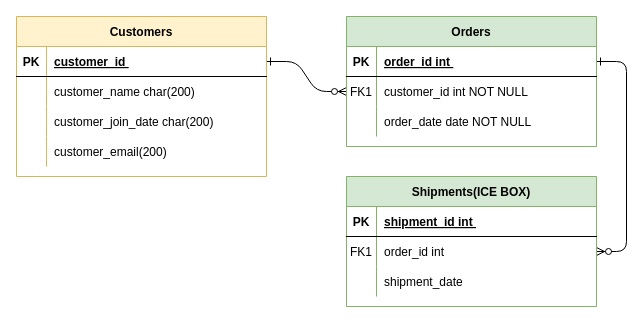
Before: wireframe/ERD.drawio in OhziiiLov3/zootywater, a draw.io diagram. Source tidied: cells renumbered, new cells numbered last; positions are measured from the earlier drawing's top-left corner, leaving out a move shared by most shapes. Both pictures are drawn from the tidied source at 100%, with x=0, y=0 at pixel (16, 16).
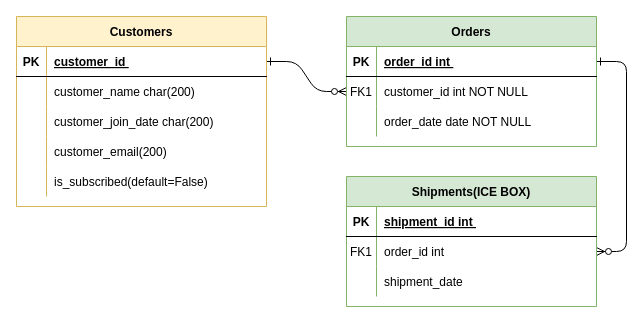
The same page after the edit.

Change to the diagram source:
```diff
@@
     <mxCell id="24" value="Customers" style="shape=table;startSize=30;childLayout=tableLayout;rowLines=0;fontStyle=1;align=center;fillColor=#fff2cc;strokeColor=#d6b656;" parent="1" vertex="1">
-      <mxGeometry width="250" height="160" as="geometry" />
+      <mxGeometry width="250" height="190" as="geometry" />
     </mxCell>
@@
+    <mxCell id="37" style="shape=partialRectangle;fillColor=none;top=0;left=0;right=0;bottom=0;" parent="24" vertex="1">
+      <mxGeometry y="150" width="250" height="30" as="geometry" />
+    </mxCell>
+    <mxCell id="38" style="shape=partialRectangle;overflow=hidden;fillColor=none;top=0;left=0;bottom=0;right=0;" parent="37" vertex="1">
+      <mxGeometry width="30" height="30" as="geometry" />
+    </mxCell>
+    <mxCell id="39" value="is_subscribed(default=False)" style="shape=partialRectangle;overflow=hidden;fillColor=none;top=0;left=0;bottom=0;right=0;align=left;spacingLeft=6;" parent="37" vertex="1">
+      <mxGeometry x="30" width="220" height="30" as="geometry" />
+    </mxCell>
```
